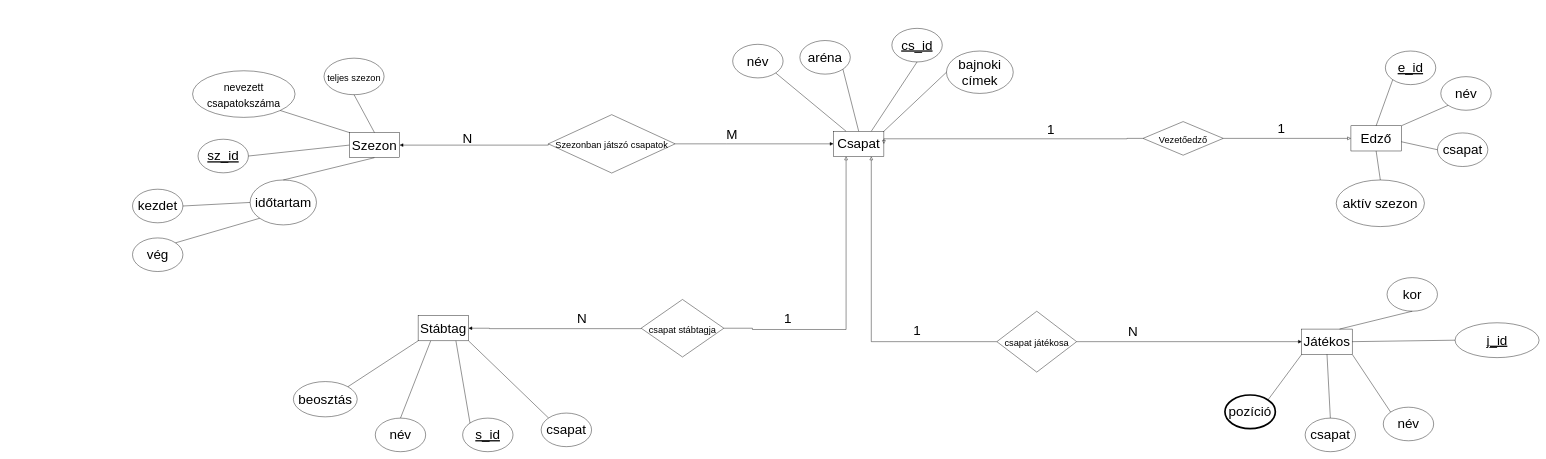
HKristof2130/JPTJY2_XMLGyak keeps this draw.io diagram as Féléves_feladat_próba/JJPTJY2_ER.drawio. Above is the earlier version. Source tidied: cells renumbered, new cells numbered last; positions are measured from the earlier drawing's top-left corner, leaving out a move shared by most shapes. Both pictures are drawn from the tidied source at 42%, with x=0, y=0 at pixel (132, 28).
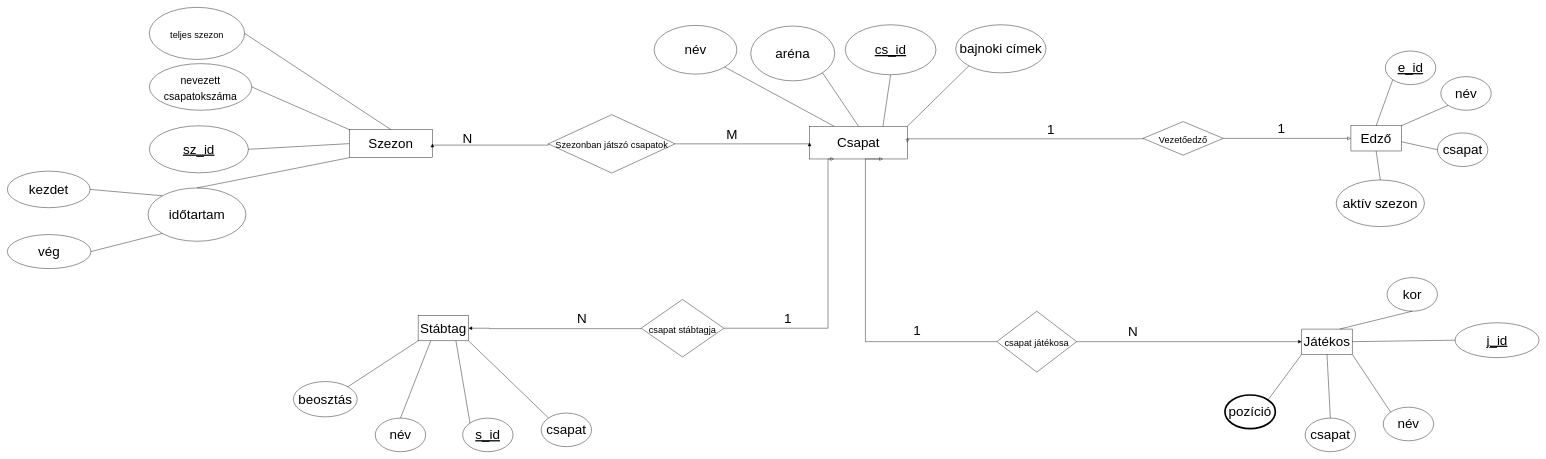
The same diagram, later.

Unchanged cells that the change refers to:
```xml
<mxCell id="24" value="&lt;font style=&quot;font-size: 22px&quot;&gt;csapat játékosa&lt;/font&gt;" style="rhombus;whiteSpace=wrap;html=1;fontSize=32;" parent="1" vertex="1">
  <mxGeometry x="2058" y="673.5" width="190" height="145" as="geometry" />
</mxCell>
<mxCell id="36" value="&lt;font style=&quot;font-size: 22px&quot;&gt;csapat stábtagja&lt;/font&gt;" style="rhombus;whiteSpace=wrap;html=1;fontSize=32;" parent="1" vertex="1">
  <mxGeometry x="1211" y="645.5" width="197" height="137" as="geometry" />
</mxCell>
```

Diff of the diagram source:
```diff
@@
     <mxCell id="2" value="Szezon" style="rounded=0;whiteSpace=wrap;html=1;fontSize=32;" parent="1" vertex="1">
-      <mxGeometry x="516" y="248" width="120" height="60" as="geometry" />
+      <mxGeometry x="516" y="241" width="198" height="67" as="geometry" />
     </mxCell>
     <mxCell id="3" value="Csapat" style="rounded=0;whiteSpace=wrap;html=1;fontSize=32;" parent="1" vertex="1">
-      <mxGeometry x="1669" y="245" width="120" height="60" as="geometry" />
+      <mxGeometry x="1612" y="233" width="233" height="78" as="geometry" />
     </mxCell>
@@
     <mxCell id="7" value="sz_id" style="ellipse;whiteSpace=wrap;html=1;fontSize=32;fontStyle=4;" parent="1" vertex="1">
-      <mxGeometry x="156" y="264" width="120" height="80" as="geometry" />
+      <mxGeometry x="40" y="232" width="236" height="112" as="geometry" />
     </mxCell>
     <mxCell id="8" value="időtartam" style="ellipse;whiteSpace=wrap;html=1;fontSize=32;" parent="1" vertex="1">
-      <mxGeometry x="280" y="361" width="158" height="107" as="geometry" />
+      <mxGeometry x="37" y="380" width="233" height="127" as="geometry" />
     </mxCell>
     <mxCell id="9" value="kezdet" style="ellipse;whiteSpace=wrap;html=1;fontSize=32;" parent="1" vertex="1">
-      <mxGeometry y="383" width="120" height="80" as="geometry" />
+      <mxGeometry x="-298" y="340" width="197" height="87" as="geometry" />
     </mxCell>
     <mxCell id="10" value="vég" style="ellipse;whiteSpace=wrap;html=1;fontSize=32;" parent="1" vertex="1">
-      <mxGeometry y="499" width="120" height="80" as="geometry" />
+      <mxGeometry x="-298" y="491" width="199" height="81" as="geometry" />
     </mxCell>
@@
-    <mxCell id="12" style="endArrow=none;html=1;fontSize=32;entryX=0.5;entryY=1;entryDx=0;entryDy=0;exitX=0.5;exitY=0;exitDx=0;exitDy=0;" parent="1" edge="1" source="8" target="2">
+    <mxCell id="12" style="endArrow=none;html=1;fontSize=32;entryX=0;entryY=1;entryDx=0;entryDy=0;exitX=0.5;exitY=0;exitDx=0;exitDy=0;" parent="1" edge="1" source="8" target="2">
       <mxGeometry relative="1" as="geometry" />
     </mxCell>
-    <mxCell id="13" style="endArrow=none;html=1;fontSize=32;exitX=0;exitY=0.5;exitDx=0;exitDy=0;entryX=1;entryY=0.5;entryDx=0;entryDy=0;" parent="1" edge="1" source="8" target="9">
+    <mxCell id="13" style="endArrow=none;html=1;fontSize=32;exitX=0;exitY=0;exitDx=0;exitDy=0;entryX=1;entryY=0.5;entryDx=0;entryDy=0;" parent="1" edge="1" source="8" target="9">
       <mxGeometry relative="1" as="geometry" />
     </mxCell>
-    <mxCell id="14" style="endArrow=none;html=1;fontSize=32;entryX=0;entryY=1;entryDx=0;entryDy=0;exitX=1;exitY=0;exitDx=0;exitDy=0;" parent="1" edge="1" source="10" target="8">
+    <mxCell id="14" style="endArrow=none;html=1;fontSize=32;entryX=0;entryY=1;entryDx=0;entryDy=0;exitX=1;exitY=0.5;exitDx=0;exitDy=0;" parent="1" edge="1" source="10" target="8">
       <mxGeometry relative="1" as="geometry" />
     </mxCell>
     <mxCell id="15" value="&lt;font style=&quot;font-size: 25px&quot;&gt;nevezett csapatokszáma&lt;/font&gt;" style="ellipse;whiteSpace=wrap;html=1;fontSize=32;" parent="1" vertex="1">
-      <mxGeometry x="143" y="101" width="244" height="111" as="geometry" />
+      <mxGeometry x="40" y="84" width="244" height="111" as="geometry" />
     </mxCell>
-    <mxCell id="16" style="endArrow=none;html=1;fontSize=32;exitX=0;exitY=0;exitDx=0;exitDy=0;entryX=1;entryY=1;entryDx=0;entryDy=0;" parent="1" edge="1" source="2" target="15">
+    <mxCell id="16" style="endArrow=none;html=1;fontSize=32;exitX=0;exitY=0;exitDx=0;exitDy=0;entryX=1;entryY=0.5;entryDx=0;entryDy=0;" parent="1" edge="1" source="2" target="15">
       <mxGeometry relative="1" as="geometry" />
     </mxCell>
     <mxCell id="17" value="&lt;font style=&quot;font-size: 22px&quot;&gt;teljes szezon&lt;/font&gt;" style="ellipse;whiteSpace=wrap;html=1;fontSize=32;" parent="1" vertex="1">
-      <mxGeometry x="456" y="71" width="143" height="87" as="geometry" />
+      <mxGeometry x="40" y="-50" width="227" height="124" as="geometry" />
     </mxCell>
-    <mxCell id="18" style="endArrow=none;html=1;fontSize=32;entryX=0.5;entryY=1;entryDx=0;entryDy=0;exitX=0.5;exitY=0;exitDx=0;exitDy=0;" parent="1" edge="1" source="2" target="17">
+    <mxCell id="18" style="endArrow=none;html=1;fontSize=32;entryX=1;entryY=0.5;entryDx=0;entryDy=0;exitX=0.5;exitY=0;exitDx=0;exitDy=0;" parent="1" edge="1" source="2" target="17">
       <mxGeometry relative="1" as="geometry" />
     </mxCell>
@@
     <mxCell id="22" style="edgeStyle=orthogonalEdgeStyle;rounded=0;jettySize=auto;html=1;fontSize=32;endArrow=block;endFill=0;entryX=0.75;entryY=1;entryDx=0;entryDy=0;exitX=0;exitY=0.5;exitDx=0;exitDy=0;" parent="1" edge="1" source="24" target="3">
       <mxGeometry relative="1" as="geometry">
         <Array as="points">
-          <mxPoint x="1759" y="746" />
+          <mxPoint x="1745" y="746" />
         </Array>
       </mxGeometry>
     </mxCell>
@@
-    <mxCell id="35" style="edgeStyle=orthogonalEdgeStyle;rounded=0;jettySize=auto;html=1;entryX=0.25;entryY=1;entryDx=0;entryDy=0;endArrow=block;endFill=0;fontSize=32;exitX=1;exitY=0.5;exitDx=0;exitDy=0;" parent="1" edge="1" source="36" target="3">
+    <mxCell id="35" style="edgeStyle=orthogonalEdgeStyle;rounded=0;jettySize=auto;html=1;endArrow=block;endFill=0;fontSize=32;exitX=1;exitY=0.5;exitDx=0;exitDy=0;entryX=0.25;entryY=1;entryDx=0;entryDy=0;" parent="1" edge="1" source="36" target="3">
       <mxGeometry relative="1" as="geometry">
         <Array as="points">
-          <mxPoint x="1476" y="714" />
-          <mxPoint x="1476" y="717" />
-          <mxPoint x="1699" y="717" />
+          <mxPoint x="1656" y="714" />
         </Array>
       </mxGeometry>
     </mxCell>
@@
     <mxCell id="65" value="cs_id" style="ellipse;whiteSpace=wrap;html=1;shadow=0;sketch=0;strokeColor=#000000;strokeWidth=1;fillColor=#ffffff;fontSize=32;fontStyle=4;" parent="1" vertex="1">
-      <mxGeometry x="1808" width="120" height="80" as="geometry" />
+      <mxGeometry x="1697" y="-8.5" width="216" height="119" as="geometry" />
     </mxCell>
     <mxCell id="66" value="név" style="ellipse;whiteSpace=wrap;html=1;shadow=0;sketch=0;strokeColor=#000000;strokeWidth=1;fillColor=#ffffff;fontSize=32;" parent="1" vertex="1">
-      <mxGeometry x="1429" y="38" width="120" height="80" as="geometry" />
+      <mxGeometry x="1242" y="-7" width="197" height="116" as="geometry" />
     </mxCell>
     <mxCell id="67" value="bajnoki címek" style="ellipse;whiteSpace=wrap;html=1;shadow=0;sketch=0;strokeColor=#000000;strokeWidth=1;fillColor=#ffffff;fontSize=32;" parent="1" vertex="1">
-      <mxGeometry x="1938" y="54" width="159" height="101" as="geometry" />
+      <mxGeometry x="1960" y="-8.5" width="215" height="114.5" as="geometry" />
     </mxCell>
     <mxCell id="68" value="aréna" style="ellipse;whiteSpace=wrap;html=1;shadow=0;sketch=0;strokeColor=#000000;strokeWidth=1;fillColor=#ffffff;fontSize=32;" parent="1" vertex="1">
-      <mxGeometry x="1589" y="29" width="120" height="80" as="geometry" />
+      <mxGeometry x="1472" y="-5.5" width="200" height="130.5" as="geometry" />
     </mxCell>
@@
-    <mxCell id="72" style="endArrow=none;html=1;fontSize=32;entryX=1;entryY=0;entryDx=0;entryDy=0;exitX=0;exitY=0.5;exitDx=0;exitDy=0;" parent="1" edge="1" source="67" target="3">
+    <mxCell id="72" style="endArrow=none;html=1;fontSize=32;entryX=1;entryY=0;entryDx=0;entryDy=0;exitX=0;exitY=1;exitDx=0;exitDy=0;" parent="1" edge="1" source="67" target="3">
       <mxGeometry relative="1" as="geometry" />
     </mxCell>
```
